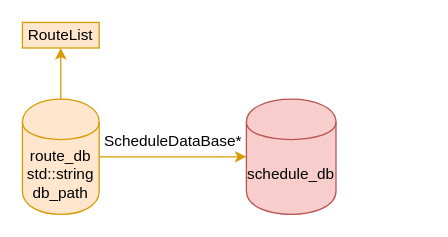
Before: page "route_db" (16 of 20) of CR/report/resources/overall_data_structure.drawio in kira607/labs_2sem, a draw.io diagram. Source tidied: cells renumbered, new cells numbered last; positions are measured from the earlier drawing's top-left corner, leaving out a move shared by most shapes. Both pictures are drawn from the tidied source at 128%, with x=0, y=0 at pixel (22, 22).
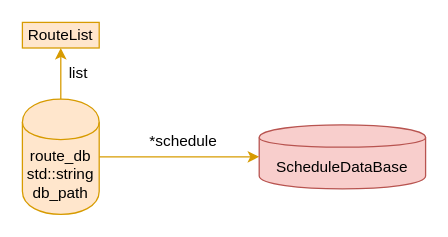
The same diagram, later.

The edit, as a diff of the source:
```diff
@@
 <mxGraphModel>
   <root>
     <mxCell id="0" />
     <mxCell id="1" parent="0" />
     <mxCell id="2" style="edgeStyle=orthogonalEdgeStyle;rounded=0;jettySize=auto;html=1;entryX=0.5;entryY=1;entryDx=0;entryDy=0;fillColor=#ffe6cc;strokeColor=#d79b00;" parent="1" edge="1" source="4" target="6">
       <mxGeometry relative="1" as="geometry" />
     </mxCell>
     <mxCell id="3" style="edgeStyle=orthogonalEdgeStyle;rounded=0;jettySize=auto;html=1;entryX=0;entryY=0.5;entryDx=0;entryDy=0;fillColor=#ffe6cc;strokeColor=#d79b00;" parent="1" edge="1" source="4" target="5">
       <mxGeometry relative="1" as="geometry" />
     </mxCell>
     <mxCell id="4" value="route_db&lt;br&gt;std::string db_path" style="shape=cylinder;whiteSpace=wrap;html=1;boundedLbl=1;backgroundOutline=1;fillColor=#ffe6cc;strokeColor=#d79b00;" parent="1" vertex="1">
       <mxGeometry y="60" width="60" height="90" as="geometry" />
     </mxCell>
-    <mxCell id="5" value="schedule_db" style="shape=cylinder;whiteSpace=wrap;html=1;boundedLbl=1;backgroundOutline=1;fillColor=#f8cecc;strokeColor=#b85450;" parent="1" vertex="1">
-      <mxGeometry x="175" y="60" width="70" height="90" as="geometry" />
+    <mxCell id="5" value="&lt;span&gt;ScheduleDataBase&lt;/span&gt;" style="shape=cylinder;whiteSpace=wrap;html=1;boundedLbl=1;backgroundOutline=1;fillColor=#f8cecc;strokeColor=#b85450;" parent="1" vertex="1">
+      <mxGeometry x="185" y="80" width="130" height="50" as="geometry" />
     </mxCell>
     <mxCell id="6" value="RouteList" style="text;html=1;strokeColor=#d79b00;fillColor=#ffe6cc;align=center;verticalAlign=middle;whiteSpace=wrap;rounded=0;" parent="1" vertex="1">
       <mxGeometry width="60" height="20" as="geometry" />
     </mxCell>
-    <mxCell id="7" value="ScheduleDataBase*" style="text;html=1;strokeColor=none;fillColor=none;align=center;verticalAlign=middle;whiteSpace=wrap;rounded=0;" parent="1" vertex="1">
-      <mxGeometry x="63" y="83" width="110" height="20" as="geometry" />
+    <mxCell id="7" value="*schedule" style="text;html=1;strokeColor=none;fillColor=none;align=center;verticalAlign=middle;whiteSpace=wrap;rounded=0;" parent="1" vertex="1">
+      <mxGeometry x="95" y="83" width="62" height="20" as="geometry" />
     </mxCell>
+    <mxCell id="8" value="list" style="text;html=1;strokeColor=none;fillColor=none;align=center;verticalAlign=middle;whiteSpace=wrap;rounded=0;" parent="1" vertex="1">
+      <mxGeometry x="33" y="30" width="22" height="20" as="geometry" />
+    </mxCell>
   </root>
 </mxGraphModel>
```
